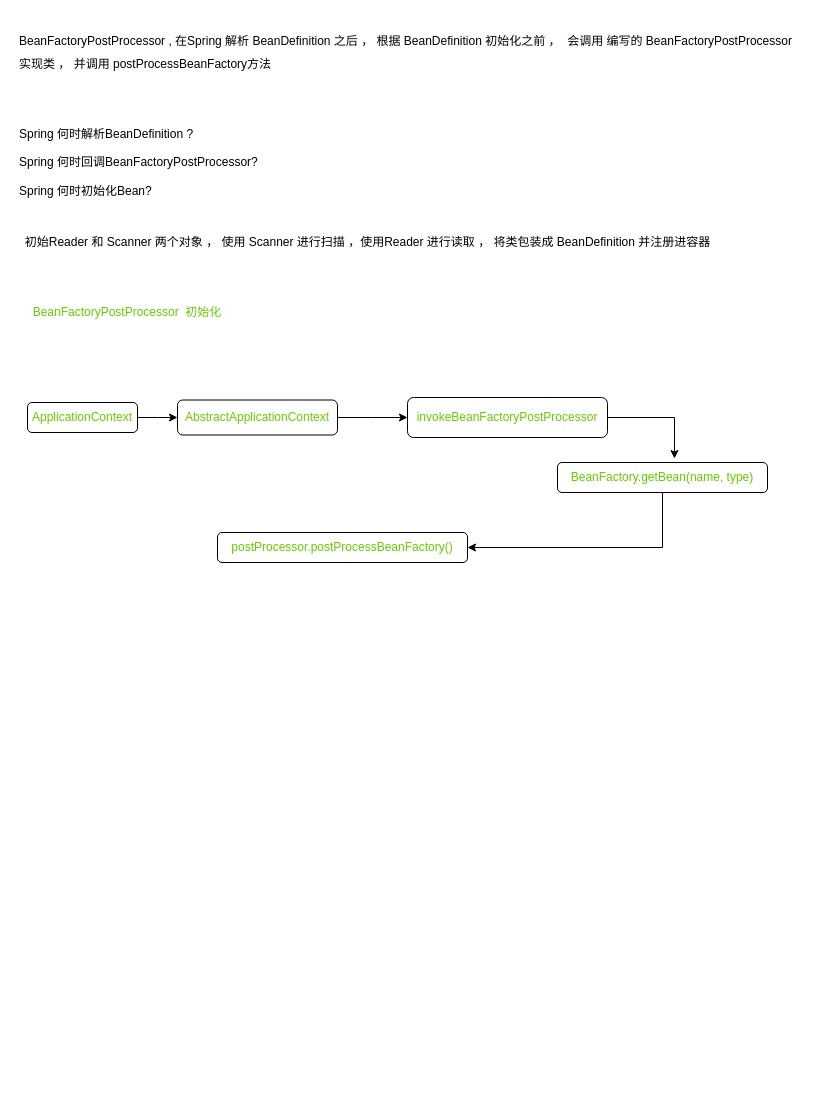
The draw.io diagram page "spring" (2 of 2) of SpringBoot.drawio in topyuluo/photo-project, before the edit. Source tidied: cells renumbered, new cells numbered last; positions are measured from the earlier drawing's top-left corner, leaving out a move shared by most shapes. Both pictures are drawn from the tidied source at 100%, with x=0, y=0 at pixel (17, 32).
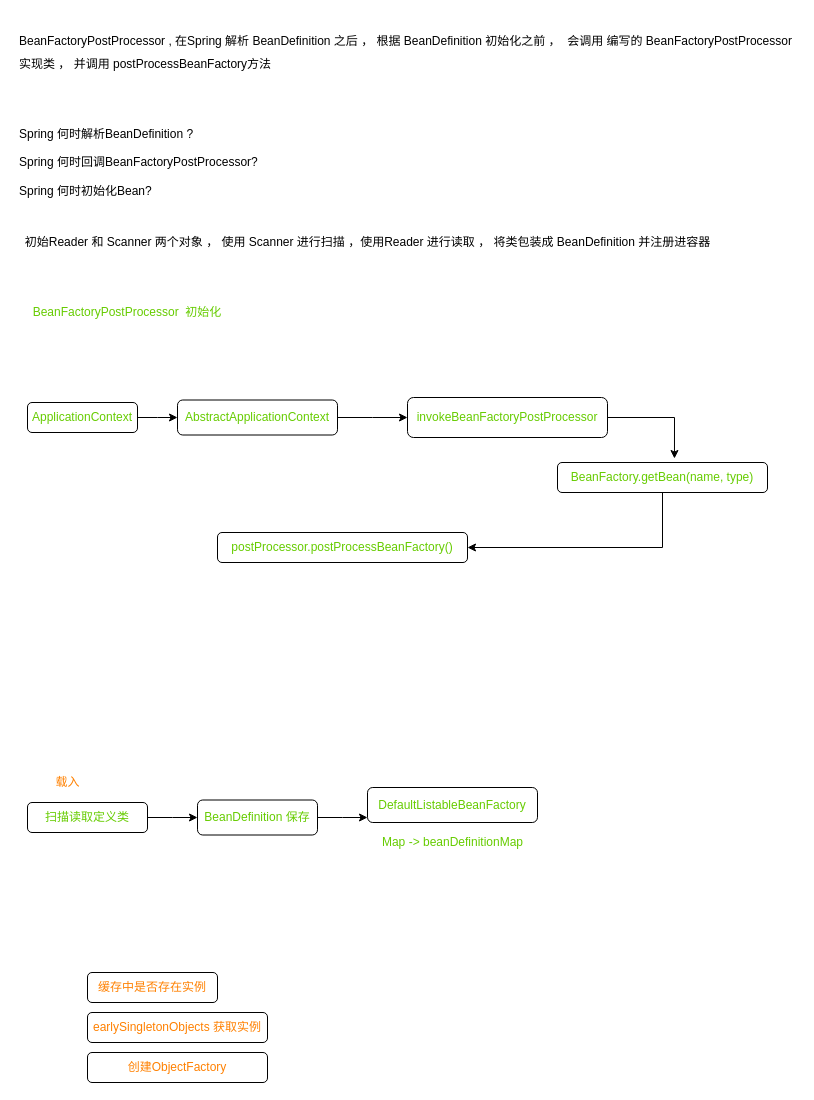
After the change.

The edit, as a diff of the source:
```diff
@@
+    <mxCell id="15" style="edgeStyle=orthogonalEdgeStyle;rounded=0;jettySize=auto;html=1;exitX=1;exitY=0.5;exitDx=0;exitDy=0;fontColor=#66CC00;" parent="1" edge="1" source="16">
+      <mxGeometry relative="1" as="geometry">
+        <mxPoint x="180" y="785" as="targetPoint" />
+      </mxGeometry>
+    </mxCell>
+    <mxCell id="16" value="扫描读取定义类" style="rounded=1;whiteSpace=wrap;html=1;fontColor=#66CC00;align=center;" parent="1" vertex="1">
+      <mxGeometry x="10" y="770" width="120" height="30" as="geometry" />
+    </mxCell>
+    <mxCell id="17" style="edgeStyle=orthogonalEdgeStyle;rounded=0;jettySize=auto;html=1;exitX=1;exitY=0.5;exitDx=0;exitDy=0;fontColor=#66CC00;" parent="1" edge="1" source="18">
+      <mxGeometry relative="1" as="geometry">
+        <mxPoint x="350" y="785" as="targetPoint" />
+      </mxGeometry>
+    </mxCell>
+    <mxCell id="18" value="BeanDefinition 保存" style="rounded=1;whiteSpace=wrap;html=1;fontColor=#66CC00;align=center;" parent="1" vertex="1">
+      <mxGeometry x="180" y="767.5" width="120" height="35" as="geometry" />
+    </mxCell>
+    <mxCell id="19" value="DefaultListableBeanFactory" style="rounded=1;whiteSpace=wrap;html=1;fontColor=#66CC00;align=center;" parent="1" vertex="1">
+      <mxGeometry x="350" y="755" width="170" height="35" as="geometry" />
+    </mxCell>
+    <mxCell id="20" value="Map -&amp;gt; beanDefinitionMap" style="text;html=1;align=center;verticalAlign=middle;strokeColor=none;fillColor=none;fontColor=#66CC00;" parent="1" vertex="1">
+      <mxGeometry x="355" y="800" width="160" height="20" as="geometry" />
+    </mxCell>
+    <mxCell id="21" value="载入" style="text;html=1;align=center;verticalAlign=middle;strokeColor=none;fillColor=none;fontColor=#FF8000;" parent="1" vertex="1">
+      <mxGeometry x="30" y="740" width="40" height="20" as="geometry" />
+    </mxCell>
+    <mxCell id="22" value="缓存中是否存在实例" style="rounded=1;whiteSpace=wrap;html=1;fontColor=#FF8000;align=center;" parent="1" vertex="1">
+      <mxGeometry x="70" y="940" width="130" height="30" as="geometry" />
+    </mxCell>
+    <mxCell id="23" value="earlySingletonObjects 获取实例" style="rounded=1;whiteSpace=wrap;html=1;fontColor=#FF8000;align=center;" parent="1" vertex="1">
+      <mxGeometry x="70" y="980" width="180" height="30" as="geometry" />
+    </mxCell>
+    <mxCell id="24" value="创建ObjectFactory" style="rounded=1;whiteSpace=wrap;html=1;fontColor=#FF8000;align=center;" parent="1" vertex="1">
+      <mxGeometry x="70" y="1020" width="180" height="30" as="geometry" />
+    </mxCell>
```
